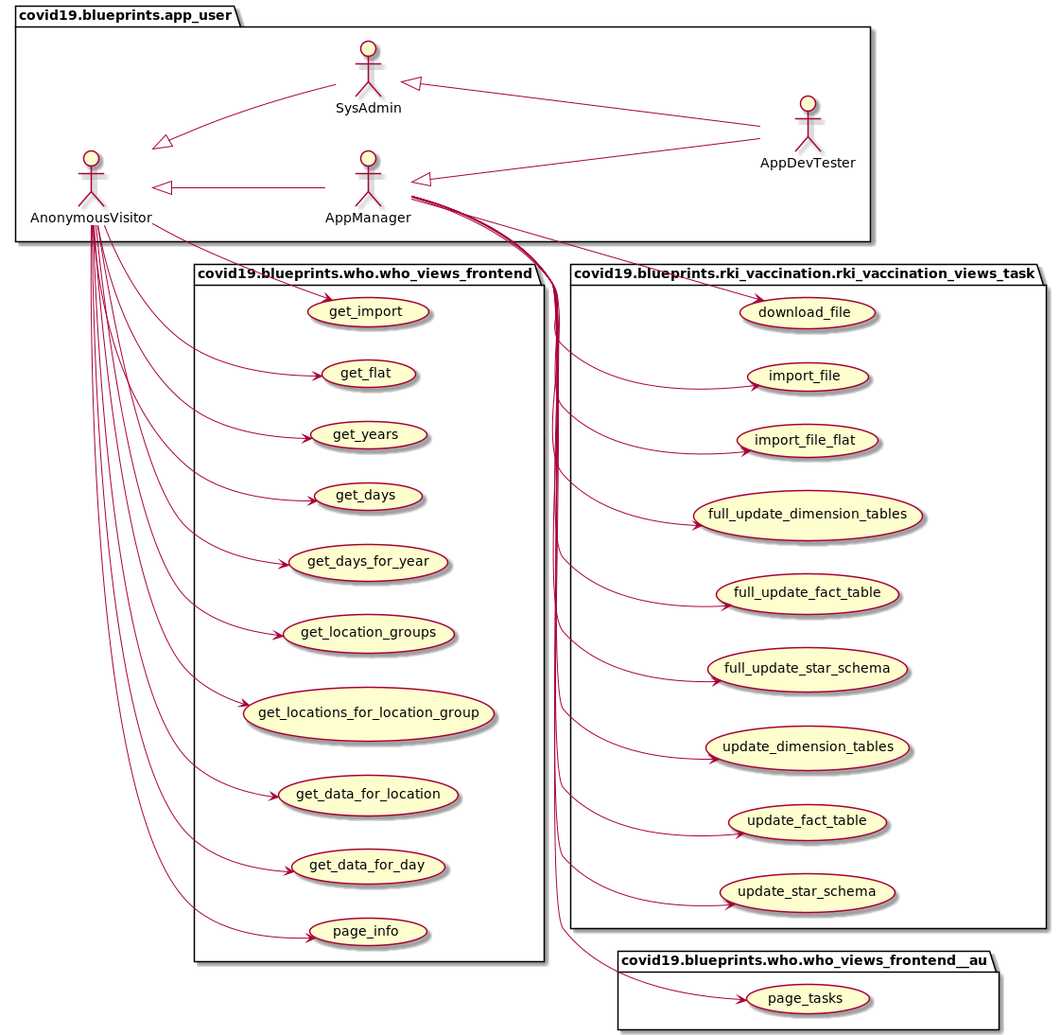
The PlantUML diagram docs/uml/data_vaccination/rki_vaccination_use_cases.png in thomaswoehlke/flask_covid19, before a commit.
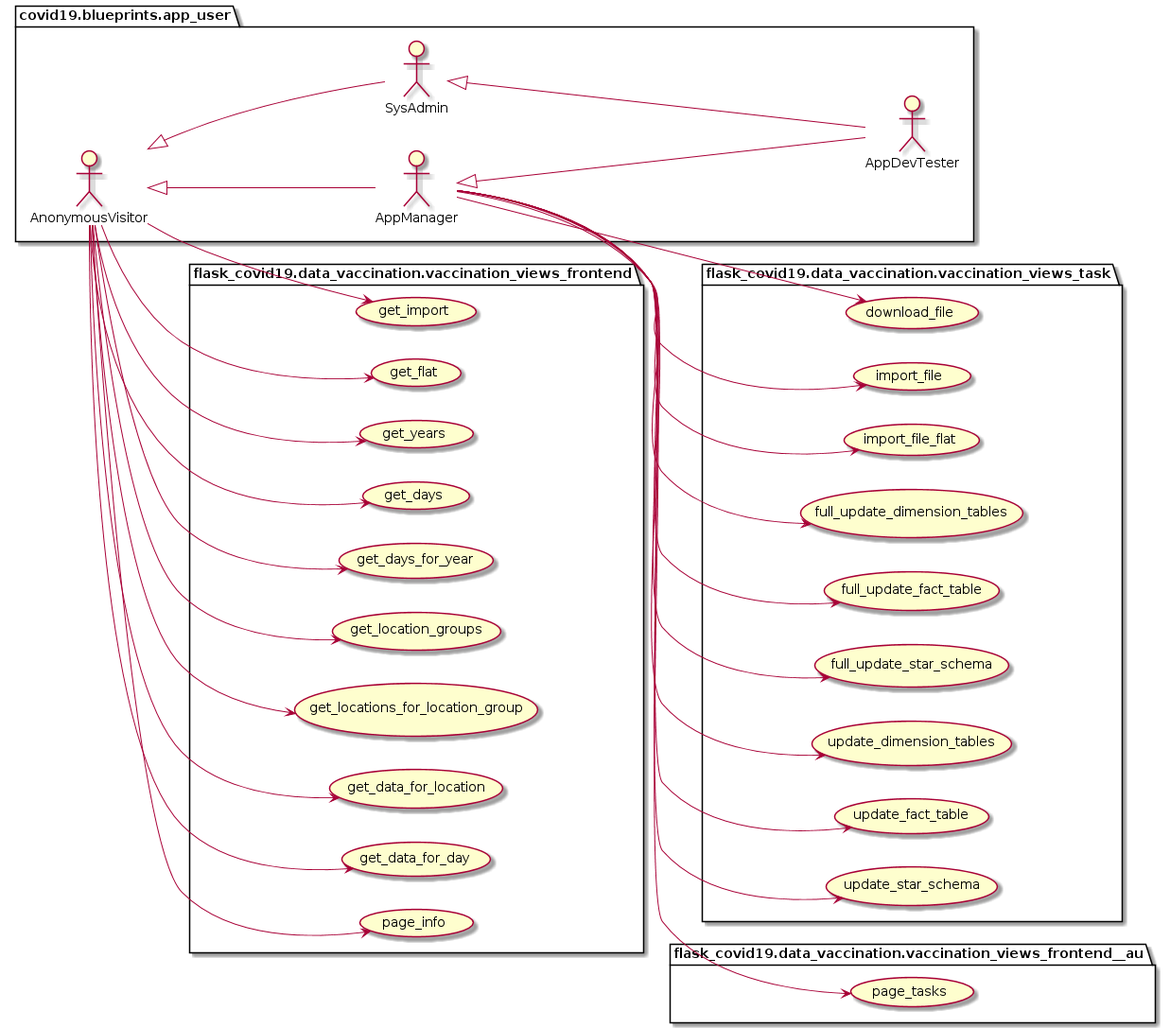
Above is the later version.

The edit, as a diff of the source:
```diff
@@ -15,7 +15,7 @@
 	au <|-- du
 }
 
-package covid19.blueprints.rki_vaccination.rki_vaccination_views_task {
+package flask_covid19.data_vaccination.vaccination_views_task {
 	usecase download_file as UC1
 	usecase import_file as UC2
 	usecase import_file_flat as UC3
@@ -37,7 +37,7 @@
 au --> UC21
 au --> UC22
 
-package covid19.blueprints.who.who_views_frontend {
+package flask_covid19.data_vaccination.vaccination_views_frontend {
 	usecase get_import as UC30
 	usecase get_flat as UC31
 	usecase get_years as UC40
@@ -50,7 +50,7 @@
     usecase page_info as UC80
 }
 
-package covid19.blueprints.who.who_views_frontend__au {
+package flask_covid19.data_vaccination.vaccination_views_frontend__au {
     usecase page_tasks as UC81
 }
 
```
